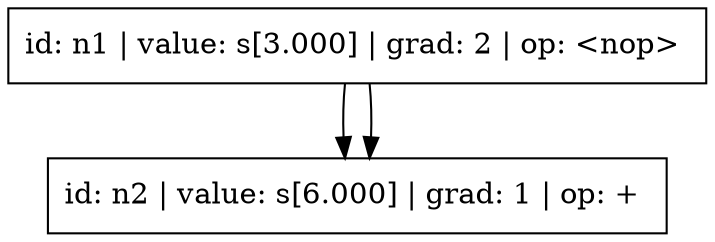
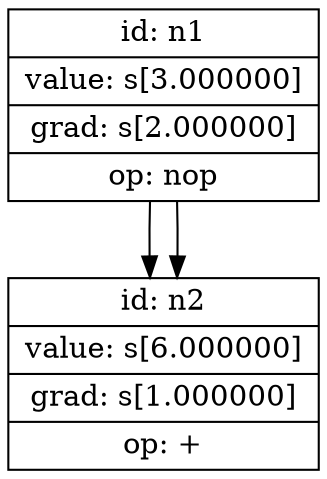
digraph ComputeGraph {
rankdir=TB;

- n2 [label="id: n2 | value: s[6.000] | grad: 1 | op: + ", shape=box]
- n1 [label="id: n1 | value: s[3.000] | grad: 2 | op: <nop> ", shape=box]
- n1 [label="id: n1 | value: s[3.000] | grad: 2 | op: <nop> ", shape=box]
+ n2 [label="{id: n2 | value: s[6.000000] | grad: s[1.000000] | op: +}", shape=record]
+ n1 [label="{id: n1 | value: s[3.000000] | grad: s[2.000000] | op: nop}", shape=record]
+ n1 [label="{id: n1 | value: s[3.000000] | grad: s[2.000000] | op: nop}", shape=record]
n1 -> n2;
n1 -> n2;

}
